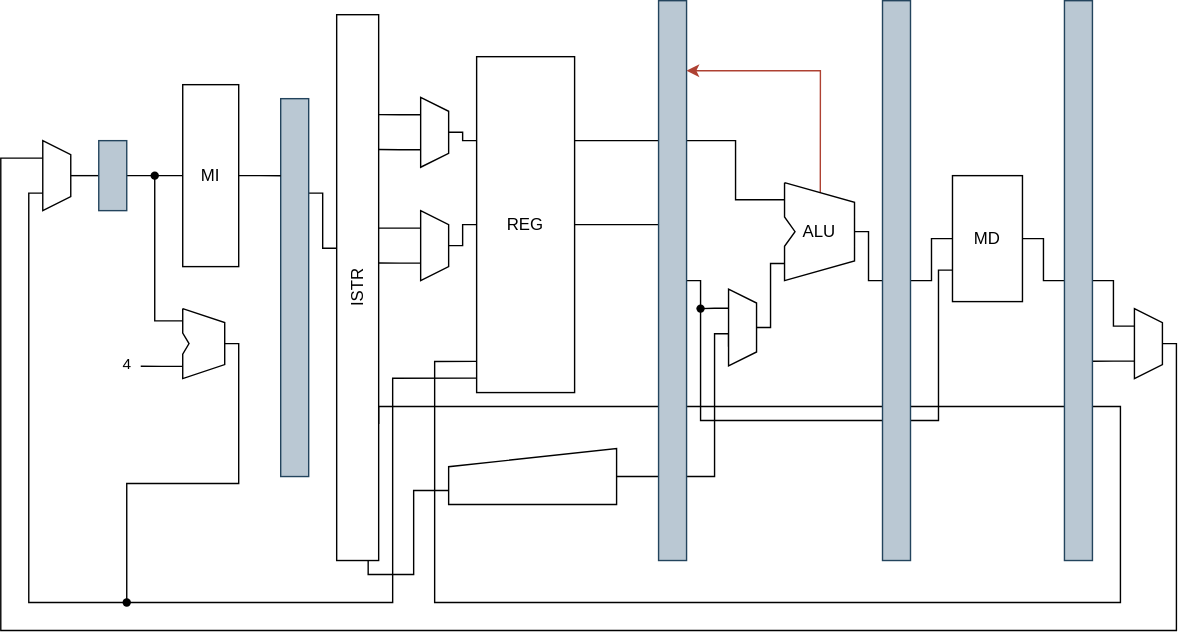
Earlier version of the draw.io export architettura_elaboratori/circuiti/pipeline.svg (FedericoBustaffa/latex). Source tidied: cells renumbered, new cells last; positions are measured from the earlier drawing's top-left corner, leaving out a move shared by most shapes. Its diagram source:
```xml
<mxGraphModel>
  <root>
    <mxCell id="0" />
    <mxCell id="1" parent="0" />
    <mxCell id="2" style="edgeStyle=orthogonalEdgeStyle;rounded=0;html=1;entryX=0;entryY=0.75;entryDx=0;entryDy=0;startArrow=none;startFill=0;endArrow=none;endFill=0;" parent="1" edge="1" source="54" target="40">
      <mxGeometry relative="1" as="geometry">
        <Array as="points">
          <mxPoint x="500" y="300" />
          <mxPoint x="670" y="300" />
          <mxPoint x="670" y="193" />
        </Array>
      </mxGeometry>
    </mxCell>
    <mxCell id="3" style="edgeStyle=orthogonalEdgeStyle;html=1;exitX=0.5;exitY=0;exitDx=0;exitDy=0;entryX=0.5;entryY=1;entryDx=0;entryDy=0;startArrow=none;startFill=0;endArrow=none;endFill=0;" parent="1" edge="1" source="4" target="6">
      <mxGeometry relative="1" as="geometry" />
    </mxCell>
    <mxCell id="4" style="shape=trapezoid;perimeter=trapezoidPerimeter;whiteSpace=wrap;html=1;fixedSize=1;direction=south;size=10;" parent="1" vertex="1">
      <mxGeometry x="30" y="100" width="20" height="50" as="geometry" />
    </mxCell>
    <mxCell id="5" style="edgeStyle=orthogonalEdgeStyle;html=1;exitX=0.5;exitY=0;exitDx=0;exitDy=0;entryX=0.043;entryY=0.548;entryDx=0;entryDy=0;entryPerimeter=0;rounded=0;endArrow=none;endFill=0;" parent="1" edge="1" source="6" target="50">
      <mxGeometry relative="1" as="geometry" />
    </mxCell>
    <mxCell id="6" style="rounded=0;whiteSpace=wrap;html=1;direction=south;fillColor=#bac8d3;strokeColor=#23445d;" parent="1" vertex="1">
      <mxGeometry x="70" y="100" width="20" height="50" as="geometry" />
    </mxCell>
    <mxCell id="7" style="edgeStyle=orthogonalEdgeStyle;rounded=0;html=1;exitX=0.25;exitY=0;exitDx=0;exitDy=0;entryX=0.428;entryY=1;entryDx=0;entryDy=0;entryPerimeter=0;startArrow=none;startFill=0;endArrow=none;endFill=0;" parent="1" edge="1" source="8" target="14">
      <mxGeometry relative="1" as="geometry" />
    </mxCell>
    <mxCell id="8" style="rounded=0;whiteSpace=wrap;html=1;direction=south;fillColor=#bac8d3;strokeColor=#23445d;" parent="1" vertex="1">
      <mxGeometry x="200" y="70" width="20" height="270" as="geometry" />
    </mxCell>
    <mxCell id="9" value="4" style="edgeStyle=orthogonalEdgeStyle;rounded=0;html=1;exitX=0;exitY=0.825;exitDx=0;exitDy=0;exitPerimeter=0;endArrow=none;endFill=0;startArrow=none;startFill=0;" parent="1" edge="1" source="11">
      <mxGeometry x="1" y="-10" relative="1" as="geometry">
        <mxPoint x="100" y="261.2" as="targetPoint" />
        <mxPoint x="-10" y="9" as="offset" />
      </mxGeometry>
    </mxCell>
    <mxCell id="10" style="edgeStyle=orthogonalEdgeStyle;rounded=0;html=1;exitX=1;exitY=0.5;exitDx=0;exitDy=0;exitPerimeter=0;entryX=0.52;entryY=0.28;entryDx=0;entryDy=0;entryPerimeter=0;startArrow=none;startFill=0;endArrow=none;endFill=0;" parent="1" edge="1" source="11" target="53">
      <mxGeometry relative="1" as="geometry" />
    </mxCell>
    <mxCell id="11" style="shape=(stored shape, 336 characters);whiteSpace=wrap;html=1;" parent="1" vertex="1">
      <mxGeometry x="130" y="220" width="30" height="50" as="geometry" />
    </mxCell>
    <mxCell id="12" style="edgeStyle=orthogonalEdgeStyle;rounded=0;html=1;exitX=1;exitY=0.25;exitDx=0;exitDy=0;entryX=0;entryY=0.75;entryDx=0;entryDy=0;startArrow=none;startFill=0;endArrow=none;endFill=0;" parent="1" edge="1" source="14" target="24">
      <mxGeometry relative="1" as="geometry" />
    </mxCell>
    <mxCell id="13" style="edgeStyle=orthogonalEdgeStyle;rounded=0;html=1;exitX=0.75;exitY=0;exitDx=0;exitDy=0;entryX=0.907;entryY=1.002;entryDx=0;entryDy=0;entryPerimeter=0;startArrow=none;startFill=0;endArrow=none;endFill=0;" parent="1" edge="1" source="14" target="27">
      <mxGeometry relative="1" as="geometry">
        <Array as="points">
          <mxPoint x="800" y="290" />
          <mxPoint x="800" y="430" />
          <mxPoint x="310" y="430" />
          <mxPoint x="310" y="258" />
        </Array>
      </mxGeometry>
    </mxCell>
    <mxCell id="14" value="ISTR" style="rounded=0;whiteSpace=wrap;html=1;direction=south;horizontal=0;" parent="1" vertex="1">
      <mxGeometry x="240" y="10" width="30" height="390" as="geometry" />
    </mxCell>
    <mxCell id="15" style="edgeStyle=orthogonalEdgeStyle;rounded=0;html=1;exitX=0.5;exitY=0;exitDx=0;exitDy=0;entryX=0.5;entryY=1;entryDx=0;entryDy=0;startArrow=none;startFill=0;endArrow=none;endFill=0;" parent="1" edge="1" source="18" target="27">
      <mxGeometry relative="1" as="geometry" />
    </mxCell>
    <mxCell id="16" style="edgeStyle=orthogonalEdgeStyle;rounded=0;html=1;exitX=0.75;exitY=1;exitDx=0;exitDy=0;entryX=0.455;entryY=0;entryDx=0;entryDy=0;entryPerimeter=0;startArrow=none;startFill=0;endArrow=none;endFill=0;" parent="1" edge="1" source="18" target="14">
      <mxGeometry relative="1" as="geometry" />
    </mxCell>
    <mxCell id="17" style="edgeStyle=orthogonalEdgeStyle;rounded=0;html=1;exitX=0.25;exitY=1;exitDx=0;exitDy=0;entryX=0.391;entryY=0;entryDx=0;entryDy=0;entryPerimeter=0;startArrow=none;startFill=0;endArrow=none;endFill=0;" parent="1" edge="1" source="18" target="14">
      <mxGeometry relative="1" as="geometry" />
    </mxCell>
    <mxCell id="18" style="shape=trapezoid;perimeter=trapezoidPerimeter;whiteSpace=wrap;html=1;fixedSize=1;direction=south;size=10;" parent="1" vertex="1">
      <mxGeometry x="300" y="150" width="20" height="50" as="geometry" />
    </mxCell>
    <mxCell id="19" style="edgeStyle=orthogonalEdgeStyle;rounded=0;html=1;exitX=0.5;exitY=0;exitDx=0;exitDy=0;entryX=0.25;entryY=1;entryDx=0;entryDy=0;startArrow=none;startFill=0;endArrow=none;endFill=0;" parent="1" edge="1" source="22" target="27">
      <mxGeometry relative="1" as="geometry" />
    </mxCell>
    <mxCell id="20" style="edgeStyle=orthogonalEdgeStyle;rounded=0;html=1;exitX=0.75;exitY=1;exitDx=0;exitDy=0;entryX=0.247;entryY=0;entryDx=0;entryDy=0;entryPerimeter=0;startArrow=none;startFill=0;endArrow=none;endFill=0;" parent="1" edge="1" source="22" target="14">
      <mxGeometry relative="1" as="geometry" />
    </mxCell>
    <mxCell id="21" style="edgeStyle=orthogonalEdgeStyle;rounded=0;html=1;exitX=0.25;exitY=1;exitDx=0;exitDy=0;entryX=0.183;entryY=0;entryDx=0;entryDy=0;entryPerimeter=0;startArrow=none;startFill=0;endArrow=none;endFill=0;" parent="1" edge="1" source="22" target="14">
      <mxGeometry relative="1" as="geometry" />
    </mxCell>
    <mxCell id="22" style="shape=trapezoid;perimeter=trapezoidPerimeter;whiteSpace=wrap;html=1;fixedSize=1;direction=south;size=10;" parent="1" vertex="1">
      <mxGeometry x="300" y="69" width="20" height="50" as="geometry" />
    </mxCell>
    <mxCell id="23" style="edgeStyle=orthogonalEdgeStyle;rounded=0;html=1;exitX=1;exitY=0.5;exitDx=0;exitDy=0;entryX=0.75;entryY=1;entryDx=0;entryDy=0;startArrow=none;startFill=0;endArrow=none;endFill=0;" parent="1" edge="1" source="24" target="33">
      <mxGeometry relative="1" as="geometry">
        <Array as="points">
          <mxPoint x="510" y="340" />
          <mxPoint x="510" y="238" />
        </Array>
      </mxGeometry>
    </mxCell>
    <mxCell id="24" style="shape=manualInput;whiteSpace=wrap;html=1;size=13;" parent="1" vertex="1">
      <mxGeometry x="320" y="320" width="120" height="40" as="geometry" />
    </mxCell>
    <mxCell id="25" style="edgeStyle=orthogonalEdgeStyle;rounded=0;html=1;exitX=0.25;exitY=0;exitDx=0;exitDy=0;entryX=0.25;entryY=1;entryDx=0;entryDy=0;startArrow=none;startFill=0;endArrow=none;endFill=0;" parent="1" edge="1" source="27" target="30">
      <mxGeometry relative="1" as="geometry" />
    </mxCell>
    <mxCell id="26" style="edgeStyle=orthogonalEdgeStyle;rounded=0;html=1;exitX=0.5;exitY=0;exitDx=0;exitDy=0;entryX=0.4;entryY=1;entryDx=0;entryDy=0;entryPerimeter=0;startArrow=none;startFill=0;endArrow=none;endFill=0;" parent="1" edge="1" source="27" target="30">
      <mxGeometry relative="1" as="geometry" />
    </mxCell>
    <mxCell id="27" value="REG" style="rounded=0;whiteSpace=wrap;html=1;direction=south;" parent="1" vertex="1">
      <mxGeometry x="340" y="40" width="70" height="240" as="geometry" />
    </mxCell>
    <mxCell id="28" style="edgeStyle=orthogonalEdgeStyle;rounded=0;html=1;exitX=0.25;exitY=0;exitDx=0;exitDy=0;entryX=0;entryY=0.175;entryDx=0;entryDy=0;entryPerimeter=0;startArrow=none;startFill=0;endArrow=none;endFill=0;" parent="1" edge="1" source="30" target="36">
      <mxGeometry relative="1" as="geometry" />
    </mxCell>
    <mxCell id="29" style="edgeStyle=orthogonalEdgeStyle;rounded=0;html=1;exitX=0.5;exitY=0;exitDx=0;exitDy=0;startArrow=none;startFill=0;endArrow=none;endFill=0;" parent="1" edge="1" source="30" target="54">
      <mxGeometry relative="1" as="geometry" />
    </mxCell>
    <mxCell id="30" style="rounded=0;whiteSpace=wrap;html=1;direction=south;fillColor=#bac8d3;strokeColor=#23445d;" parent="1" vertex="1">
      <mxGeometry x="470" width="20" height="400" as="geometry" />
    </mxCell>
    <mxCell id="31" style="edgeStyle=orthogonalEdgeStyle;rounded=0;html=1;exitX=0.5;exitY=0;exitDx=0;exitDy=0;entryX=0;entryY=0.825;entryDx=0;entryDy=0;entryPerimeter=0;startArrow=none;startFill=0;endArrow=none;endFill=0;" parent="1" edge="1" source="33" target="36">
      <mxGeometry relative="1" as="geometry" />
    </mxCell>
    <mxCell id="32" style="edgeStyle=orthogonalEdgeStyle;rounded=0;html=1;exitX=0.25;exitY=1;exitDx=0;exitDy=0;startArrow=none;startFill=0;endArrow=none;endFill=0;" parent="1" edge="1" source="33" target="54">
      <mxGeometry relative="1" as="geometry" />
    </mxCell>
    <mxCell id="33" style="shape=trapezoid;perimeter=trapezoidPerimeter;whiteSpace=wrap;html=1;fixedSize=1;direction=south;size=10;" parent="1" vertex="1">
      <mxGeometry x="520" y="206" width="20" height="55" as="geometry" />
    </mxCell>
    <mxCell id="34" style="edgeStyle=orthogonalEdgeStyle;rounded=0;html=1;exitX=1;exitY=0.5;exitDx=0;exitDy=0;exitPerimeter=0;entryX=0.5;entryY=1;entryDx=0;entryDy=0;startArrow=none;startFill=0;endArrow=none;endFill=0;" parent="1" edge="1" source="36" target="38">
      <mxGeometry relative="1" as="geometry" />
    </mxCell>
    <mxCell id="35" style="edgeStyle=orthogonalEdgeStyle;rounded=0;html=1;entryX=0.125;entryY=0;entryDx=0;entryDy=0;entryPerimeter=0;startArrow=none;startFill=0;endArrow=classic;endFill=1;exitX=0.511;exitY=0.102;exitDx=0;exitDy=0;exitPerimeter=0;fillColor=#fad9d5;strokeColor=#ae4132;" parent="1" edge="1" source="36" target="30">
      <mxGeometry relative="1" as="geometry">
        <Array as="points">
          <mxPoint x="586" y="50" />
        </Array>
      </mxGeometry>
    </mxCell>
    <mxCell id="36" value="ALU" style="shape=(stored shape, 336 characters);whiteSpace=wrap;html=1;" parent="1" vertex="1">
      <mxGeometry x="560" y="130" width="50" height="70" as="geometry" />
    </mxCell>
    <mxCell id="37" style="edgeStyle=orthogonalEdgeStyle;rounded=0;html=1;exitX=0.5;exitY=0;exitDx=0;exitDy=0;entryX=0;entryY=0.5;entryDx=0;entryDy=0;startArrow=none;startFill=0;endArrow=none;endFill=0;" parent="1" edge="1" source="38" target="40">
      <mxGeometry relative="1" as="geometry" />
    </mxCell>
    <mxCell id="38" style="rounded=0;whiteSpace=wrap;html=1;direction=south;fillColor=#bac8d3;strokeColor=#23445d;" parent="1" vertex="1">
      <mxGeometry x="630" width="20" height="400" as="geometry" />
    </mxCell>
    <mxCell id="39" style="edgeStyle=orthogonalEdgeStyle;rounded=0;html=1;exitX=1;exitY=0.5;exitDx=0;exitDy=0;entryX=0.5;entryY=1;entryDx=0;entryDy=0;startArrow=none;startFill=0;endArrow=none;endFill=0;" parent="1" edge="1" source="40" target="47">
      <mxGeometry relative="1" as="geometry" />
    </mxCell>
    <mxCell id="40" value="MD" style="rounded=0;whiteSpace=wrap;html=1;" parent="1" vertex="1">
      <mxGeometry x="680" y="125" width="50" height="90" as="geometry" />
    </mxCell>
    <mxCell id="41" style="edgeStyle=orthogonalEdgeStyle;rounded=0;html=1;exitX=0.5;exitY=0;exitDx=0;exitDy=0;entryX=0.204;entryY=1;entryDx=0;entryDy=0;entryPerimeter=0;startArrow=none;startFill=0;endArrow=none;endFill=0;" parent="1" edge="1" source="42" target="8">
      <mxGeometry relative="1" as="geometry" />
    </mxCell>
    <mxCell id="42" value="MI" style="rounded=0;whiteSpace=wrap;html=1;direction=south;" parent="1" vertex="1">
      <mxGeometry x="130" y="60" width="40" height="130" as="geometry" />
    </mxCell>
    <mxCell id="43" style="edgeStyle=orthogonalEdgeStyle;rounded=0;html=1;exitX=0.5;exitY=0;exitDx=0;exitDy=0;entryX=0.25;entryY=1;entryDx=0;entryDy=0;startArrow=none;startFill=0;endArrow=none;endFill=0;" parent="1" edge="1" source="45" target="4">
      <mxGeometry relative="1" as="geometry">
        <Array as="points">
          <mxPoint x="840" y="245" />
          <mxPoint x="840" y="450" />
          <mxPoint y="450" />
          <mxPoint y="112" />
        </Array>
      </mxGeometry>
    </mxCell>
    <mxCell id="44" style="edgeStyle=orthogonalEdgeStyle;rounded=0;html=1;exitX=0.75;exitY=1;exitDx=0;exitDy=0;entryX=0.644;entryY=0;entryDx=0;entryDy=0;entryPerimeter=0;startArrow=none;startFill=0;endArrow=none;endFill=0;" parent="1" edge="1" source="45" target="47">
      <mxGeometry relative="1" as="geometry" />
    </mxCell>
    <mxCell id="45" style="shape=trapezoid;perimeter=trapezoidPerimeter;whiteSpace=wrap;html=1;fixedSize=1;direction=south;size=10;" parent="1" vertex="1">
      <mxGeometry x="810" y="220" width="20" height="50" as="geometry" />
    </mxCell>
    <mxCell id="46" style="edgeStyle=orthogonalEdgeStyle;rounded=0;html=1;exitX=0.5;exitY=0;exitDx=0;exitDy=0;entryX=0.25;entryY=1;entryDx=0;entryDy=0;startArrow=none;startFill=0;endArrow=none;endFill=0;" parent="1" edge="1" source="47" target="45">
      <mxGeometry relative="1" as="geometry" />
    </mxCell>
    <mxCell id="47" style="rounded=0;whiteSpace=wrap;html=1;direction=south;fillColor=#bac8d3;strokeColor=#23445d;" parent="1" vertex="1">
      <mxGeometry x="760" width="20" height="400" as="geometry" />
    </mxCell>
    <mxCell id="48" style="edgeStyle=orthogonalEdgeStyle;html=1;entryX=0.5;entryY=1;entryDx=0;entryDy=0;startArrow=none;startFill=0;endArrow=none;endFill=0;" parent="1" edge="1" source="50" target="42">
      <mxGeometry relative="1" as="geometry" />
    </mxCell>
    <mxCell id="49" style="edgeStyle=orthogonalEdgeStyle;rounded=0;html=1;entryX=0;entryY=0.175;entryDx=0;entryDy=0;entryPerimeter=0;endArrow=none;endFill=0;startArrow=none;startFill=0;" parent="1" edge="1" source="50" target="11">
      <mxGeometry relative="1" as="geometry">
        <Array as="points">
          <mxPoint x="110" y="229" />
        </Array>
      </mxGeometry>
    </mxCell>
    <mxCell id="50" style="shape=waypoint;sketch=0;fillStyle=solid;size=6;points=[];fillColor=none;perimeter=centerPerimeter;snapToPoint=1;fontSize=12;" parent="1" vertex="1">
      <mxGeometry x="100" y="115" width="20" height="20" as="geometry" />
    </mxCell>
    <mxCell id="51" style="edgeStyle=orthogonalEdgeStyle;rounded=0;html=1;entryX=0.957;entryY=1;entryDx=0;entryDy=0;entryPerimeter=0;startArrow=none;startFill=0;endArrow=none;endFill=0;" parent="1" edge="1" source="53" target="27">
      <mxGeometry relative="1" as="geometry">
        <Array as="points">
          <mxPoint x="280" y="430" />
          <mxPoint x="280" y="270" />
        </Array>
      </mxGeometry>
    </mxCell>
    <mxCell id="52" style="edgeStyle=orthogonalEdgeStyle;rounded=0;html=1;entryX=0.75;entryY=1;entryDx=0;entryDy=0;startArrow=none;startFill=0;endArrow=none;endFill=0;" parent="1" edge="1" source="53" target="4">
      <mxGeometry relative="1" as="geometry" />
    </mxCell>
    <mxCell id="53" style="shape=waypoint;sketch=0;fillStyle=solid;size=6;points=[];fillColor=none;perimeter=centerPerimeter;snapToPoint=1;fontSize=12;" parent="1" vertex="1">
      <mxGeometry x="80" y="420" width="20" height="20" as="geometry" />
    </mxCell>
    <mxCell id="54" style="shape=waypoint;sketch=0;fillStyle=solid;size=6;points=[];fillColor=none;perimeter=centerPerimeter;snapToPoint=1;fontSize=12;" parent="1" vertex="1">
      <mxGeometry x="490" y="210" width="20" height="20" as="geometry" />
    </mxCell>
  </root>
</mxGraphModel>
```
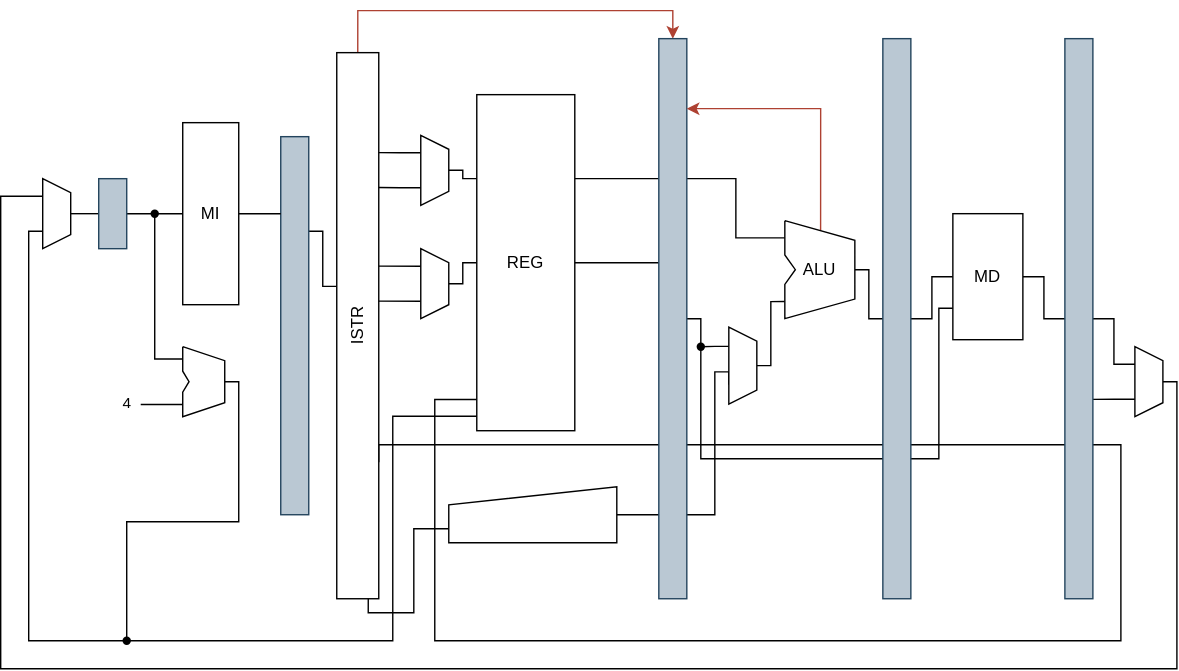
Later version of the same file.

Diff of the diagram source:
```diff
@@ -54,6 +54,14 @@
         </Array>
       </mxGeometry>
     </mxCell>
+    <mxCell id="55" style="edgeStyle=orthogonalEdgeStyle;html=1;exitX=0;exitY=0.5;exitDx=0;exitDy=0;entryX=0;entryY=0.5;entryDx=0;entryDy=0;rounded=0;fillColor=#fad9d5;strokeColor=#ae4132;" parent="1" edge="1" source="14" target="30">
+      <mxGeometry relative="1" as="geometry">
+        <Array as="points">
+          <mxPoint x="255" y="-20" />
+          <mxPoint x="480" y="-20" />
+        </Array>
+      </mxGeometry>
+    </mxCell>
     <mxCell id="14" value="ISTR" style="rounded=0;whiteSpace=wrap;html=1;direction=south;horizontal=0;" parent="1" vertex="1">
       <mxGeometry x="240" y="10" width="30" height="390" as="geometry" />
     </mxCell>
```
